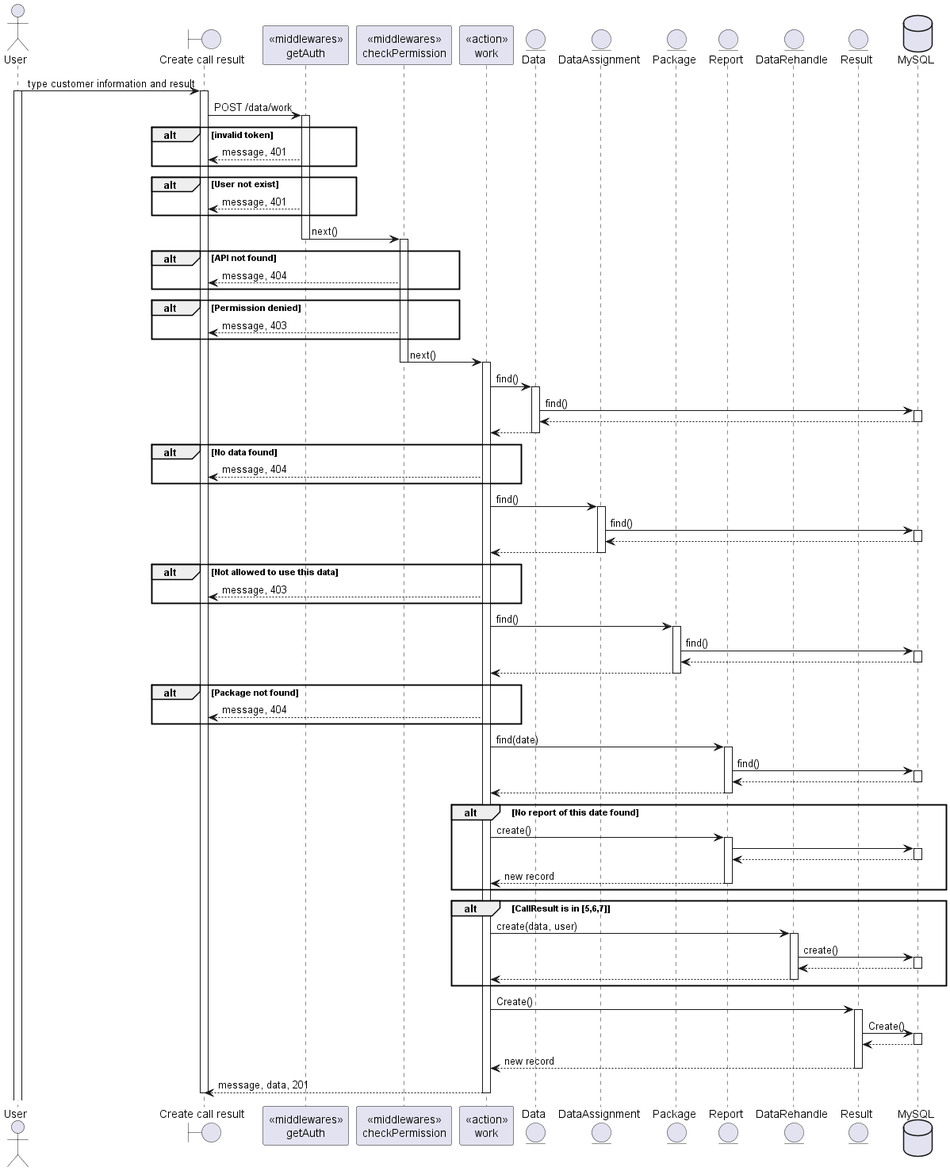
BunnyButtpowder/TeleLink-Original keeps this PlantUML diagram as out/SequeceDiagram/result/create/create.png. Above is the earlier version.
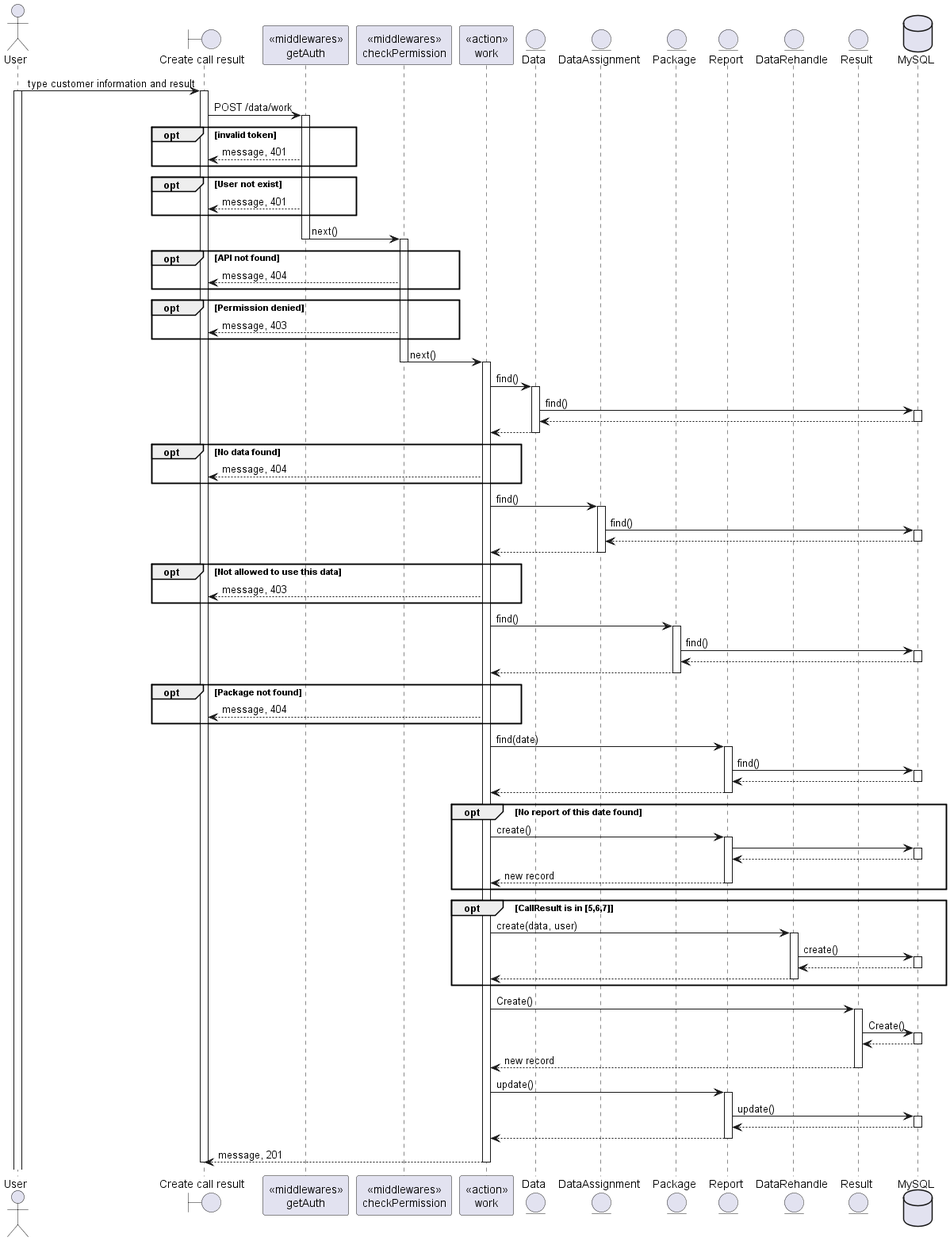
After the commit.

Change to the diagram source:
```diff
@@ -17,19 +17,19 @@
 activate Client
 Client -> mid1: POST /data/work
 activate mid1
-alt invalid token
+opt invalid token
 mid1 --> Client: message, 401
 end
-alt User not exist
+opt User not exist
 mid1 --> Client: message, 401
 end
 mid1 -> mid2: next()
 deactivate mid1
 activate mid2
-alt API not found
+opt API not found
 mid2 --> Client: message, 404
 end
-alt Permission denied
+opt Permission denied
 mid2 --> Client: message, 403
 end
 mid2 -> Controller: next()
@@ -43,7 +43,7 @@
 deactivate DB
 Model1 --> Controller
 deactivate Model1
-alt No data found
+opt No data found
 Controller --> Client: message, 404
 end
 Controller -> Model2: find()
@@ -54,7 +54,7 @@
 deactivate DB
 Model2 --> Controller
 deactivate Model2
-alt Not allowed to use this data
+opt Not allowed to use this data
 Controller --> Client: message, 403
 end
 Controller -> Model3: find()
@@ -65,7 +65,7 @@
 deactivate DB
 Model3 --> Controller
 deactivate Model3
-alt Package not found
+opt Package not found
 Controller --> Client: message, 404
 end
 Controller -> Model4: find(date)
@@ -76,7 +76,7 @@
 deactivate DB
 Model4 --> Controller
 deactivate Model4
-alt No report of this date found
+opt No report of this date found
     Controller -> Model4: create()
     activate Model4
     Model4 -> DB
@@ -86,7 +86,7 @@
     Model4 --> Controller: new record
     deactivate Model4
 end
-alt CallResult is in [5,6,7]
+opt CallResult is in [5,6,7]
     Controller -> Model5: create(data, user)
     activate Model5
     Model5 -> DB: create()
@@ -104,7 +104,15 @@
 deactivate DB
 Model6 --> Controller: new record
 deactivate Model6
-Controller --> Client: message, data, 201
+Controller -> Model4: update()
+activate Model4
+Model4 -> DB: update()
+activate DB
+DB --> Model4
+deactivate DB
+Model4 --> Controller
+deactivate Model4
+Controller --> Client: message, 201
 deactivate Controller
 
 
```
